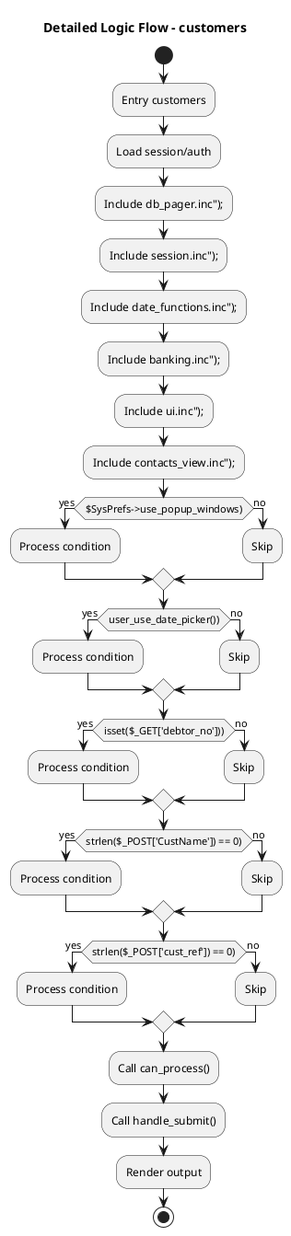
Earlier version of the PlantUML export sales_manage/FA_UML_Logic_customers.png (fraserhighlandshoppe/FAAnalysis).
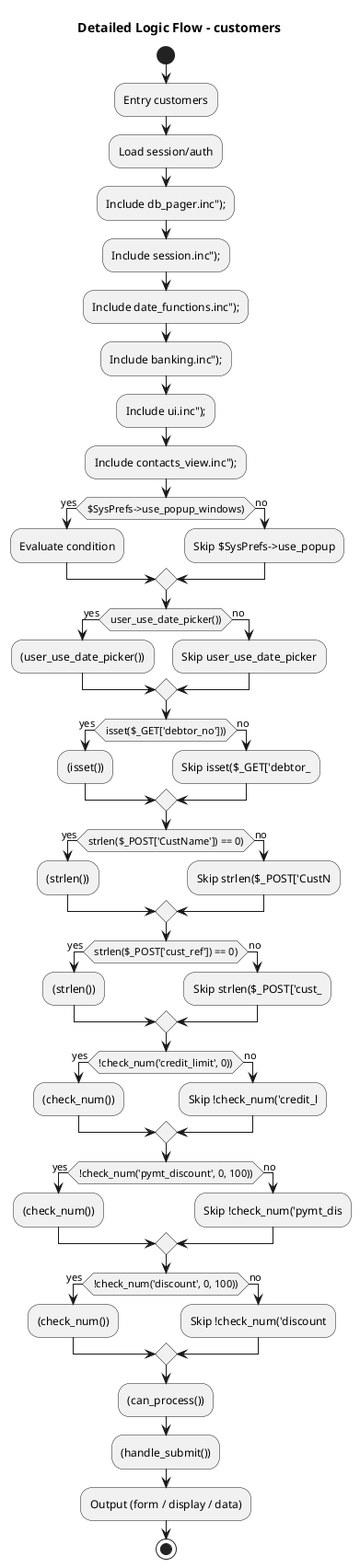
After the commit.

The edit, as a diff of the source:
```diff
@@ -10,32 +10,47 @@
 :Include ui.inc");;
 :Include contacts_view.inc");;
 if ($SysPrefs->use_popup_windows)) then (yes)
-  :Process condition;
+  :Evaluate condition;
 else (no)
-  :Skip;
+  :Skip $SysPrefs->use_popup;
 endif
 if (user_use_date_picker())) then (yes)
-  :Process condition;
+  :(user_use_date_picker());
 else (no)
-  :Skip;
+  :Skip user_use_date_picker;
 endif
 if (isset($_GET['debtor_no']))) then (yes)
-  :Process condition;
+  :(isset());
 else (no)
-  :Skip;
+  :Skip isset($_GET['debtor_;
 endif
 if (strlen($_POST['CustName']) == 0)) then (yes)
-  :Process condition;
+  :(strlen());
 else (no)
-  :Skip;
+  :Skip strlen($_POST['CustN;
 endif
 if (strlen($_POST['cust_ref']) == 0)) then (yes)
-  :Process condition;
+  :(strlen());
 else (no)
-  :Skip;
+  :Skip strlen($_POST['cust_;
 endif
-:Call can_process();
-:Call handle_submit();
-:Render output;
+if (!check_num('credit_limit', 0))) then (yes)
+  :(check_num());
+else (no)
+  :Skip !check_num('credit_l;
+endif
+if (!check_num('pymt_discount', 0, 100))) then (yes)
+  :(check_num());
+else (no)
+  :Skip !check_num('pymt_dis;
+endif
+if (!check_num('discount', 0, 100))) then (yes)
+  :(check_num());
+else (no)
+  :Skip !check_num('discount;
+endif
+:(can_process());
+:(handle_submit());
+:Output (form / display / data);
 stop
 @enduml
```
